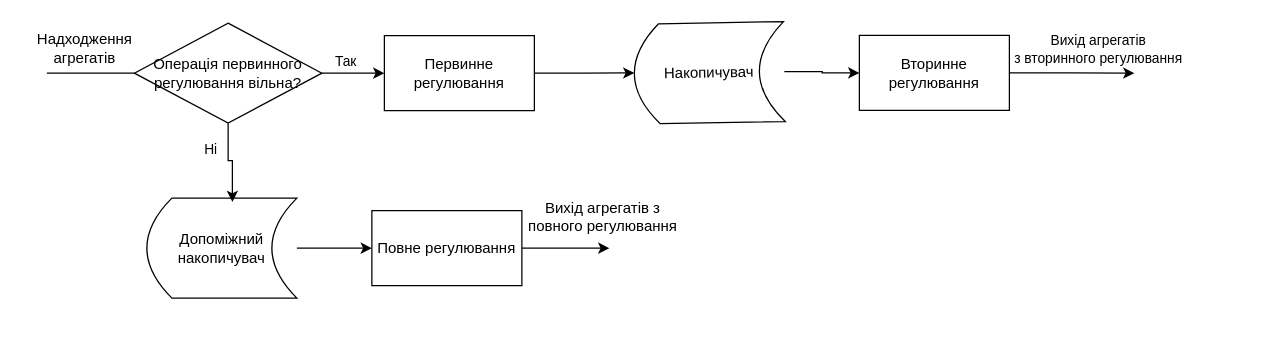
Earlier version of the draw.io diagram coursework/concept.drawio (whitetark/modelling-systems). Source tidied: cells renumbered, new cells numbered last; positions are measured from the earlier drawing's top-left corner, leaving out a move shared by most shapes. Both pictures are drawn from the tidied source at 125%, with x=0, y=0 at pixel (21, 22).
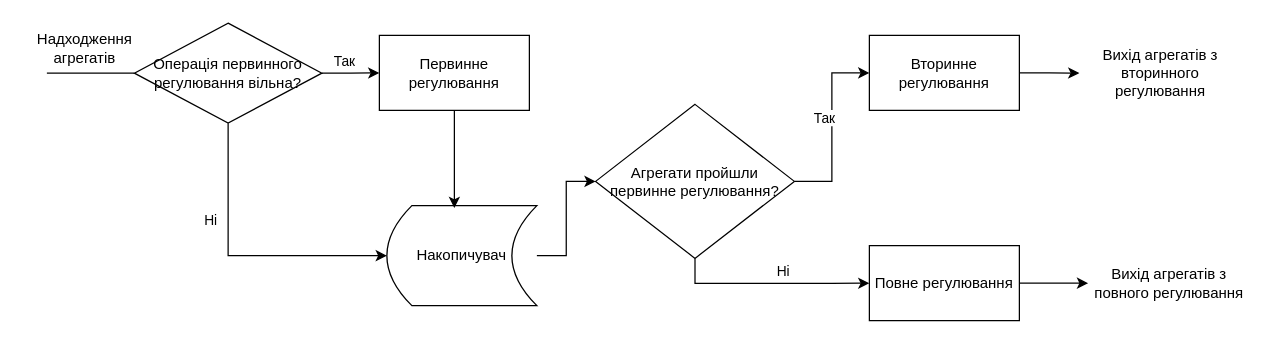
Above is the later version.

The change refers to these unchanged cells:
```xml
<mxCell id="5" value="Операція первинного регулювання вільна?" style="rhombus;whiteSpace=wrap;html=1;" parent="1" vertex="1">
  <mxGeometry x="90" width="150" height="80" as="geometry" />
</mxCell>
```

Diff of the diagram source:
```diff
@@
-    <mxCell id="6" style="edgeStyle=orthogonalEdgeStyle;rounded=0;jettySize=auto;html=1;exitX=1;exitY=0.5;exitDx=0;exitDy=0;" parent="1" edge="1" source="7" target="16">
-      <mxGeometry relative="1" as="geometry" />
-    </mxCell>
     <mxCell id="7" value="Первинне регулювання" style="rounded=0;whiteSpace=wrap;html=1;" parent="1" vertex="1">
-      <mxGeometry x="290" y="10" width="120" height="60" as="geometry" />
+      <mxGeometry x="286" y="9.8" width="120" height="60" as="geometry" />
     </mxCell>
-    <mxCell id="8" style="edgeStyle=orthogonalEdgeStyle;rounded=0;jettySize=auto;html=1;exitX=1;exitY=0.5;exitDx=0;exitDy=0;" parent="1" edge="1" source="10">
-      <mxGeometry relative="1" as="geometry">
-        <mxPoint x="890" y="40" as="targetPoint" />
-      </mxGeometry>
-    </mxCell>
-    <mxCell id="9" value="Вихід агрегатів &lt;br&gt;з вторинного регулювання" style="edgeLabel;html=1;align=center;verticalAlign=middle;points=[];" parent="8" vertex="1">
-      <mxGeometry x="0.44" y="1" relative="1" as="geometry">
-        <mxPoint x="-2" y="-19" as="offset" />
-      </mxGeometry>
-    </mxCell>
+    <mxCell id="21" style="edgeStyle=orthogonalEdgeStyle;rounded=0;jettySize=auto;html=1;exitX=1;exitY=0.5;exitDx=0;exitDy=0;" parent="1" edge="1" source="10" target="9">
+      <mxGeometry relative="1" as="geometry" />
+    </mxCell>
     <mxCell id="10" value="Вторинне регулювання" style="rounded=0;whiteSpace=wrap;html=1;" parent="1" vertex="1">
-      <mxGeometry x="670" y="9.8" width="120" height="60" as="geometry" />
+      <mxGeometry x="678" y="9.8" width="120" height="60" as="geometry" />
     </mxCell>
-    <mxCell id="11" style="edgeStyle=orthogonalEdgeStyle;rounded=0;jettySize=auto;html=1;exitX=1;exitY=0.5;exitDx=0;exitDy=0;entryX=0;entryY=0.5;entryDx=0;entryDy=0;" parent="1" edge="1" source="12" target="14">
-      <mxGeometry relative="1" as="geometry" />
-    </mxCell>
+    <mxCell id="22" style="edgeStyle=orthogonalEdgeStyle;rounded=0;jettySize=auto;html=1;exitX=1;exitY=0.5;exitDx=0;exitDy=0;entryX=0;entryY=0.5;entryDx=0;entryDy=0;" parent="1" edge="1" source="12" target="26">
+      <mxGeometry relative="1" as="geometry" />
+    </mxCell>
-    <mxCell id="12" value="Допоміжний накопичувач" style="shape=dataStorage;whiteSpace=wrap;html=1;fixedSize=1;rotation=0;" parent="1" vertex="1">
-      <mxGeometry x="100" y="140" width="120" height="80" as="geometry" />
+    <mxCell id="12" value="Накопичувач" style="shape=dataStorage;whiteSpace=wrap;html=1;fixedSize=1;rotation=0;" parent="1" vertex="1">
+      <mxGeometry x="292" y="146" width="120" height="80" as="geometry" />
     </mxCell>
-    <mxCell id="13" style="edgeStyle=orthogonalEdgeStyle;rounded=0;jettySize=auto;html=1;exitX=1;exitY=0.5;exitDx=0;exitDy=0;" parent="1" edge="1" source="14">
-      <mxGeometry relative="1" as="geometry">
-        <mxPoint x="470" y="180" as="targetPoint" />
-      </mxGeometry>
+    <mxCell id="13" style="edgeStyle=orthogonalEdgeStyle;rounded=0;jettySize=auto;html=1;exitX=1;exitY=0.5;exitDx=0;exitDy=0;entryX=0;entryY=0.5;entryDx=0;entryDy=0;" parent="1" edge="1" source="14" target="20">
+      <mxGeometry relative="1" as="geometry" />
     </mxCell>
     <mxCell id="14" value="Повне регулювання" style="rounded=0;whiteSpace=wrap;html=1;" parent="1" vertex="1">
-      <mxGeometry x="280" y="150" width="120" height="60" as="geometry" />
+      <mxGeometry x="678" y="178" width="120" height="60" as="geometry" />
     </mxCell>
-    <mxCell id="15" style="edgeStyle=orthogonalEdgeStyle;rounded=0;jettySize=auto;html=1;exitX=1;exitY=0.5;exitDx=0;exitDy=0;entryX=0;entryY=0.5;entryDx=0;entryDy=0;" parent="1" edge="1" source="16" target="10">
-      <mxGeometry relative="1" as="geometry" />
-    </mxCell>
-    <mxCell id="16" value="Накопичувач" style="shape=dataStorage;whiteSpace=wrap;html=1;fixedSize=1;rotation=-1;size=20;" parent="1" vertex="1">
-      <mxGeometry x="490" y="-0.2" width="120" height="80" as="geometry" />
-    </mxCell>
-    <mxCell id="17" style="edgeStyle=orthogonalEdgeStyle;rounded=0;jettySize=auto;html=1;exitX=0.5;exitY=1;exitDx=0;exitDy=0;entryX=0.57;entryY=0.038;entryDx=0;entryDy=0;entryPerimeter=0;" parent="1" edge="1" source="5" target="12">
+    <mxCell id="17" style="edgeStyle=orthogonalEdgeStyle;rounded=0;jettySize=auto;html=1;exitX=0.5;exitY=1;exitDx=0;exitDy=0;entryX=0;entryY=0.5;entryDx=0;entryDy=0;" parent="1" edge="1" source="5" target="12">
       <mxGeometry relative="1" as="geometry" />
     </mxCell>
@@
     <mxCell id="20" value="Вихід агрегатів з повного регулювання" style="text;html=1;strokeColor=none;fillColor=none;align=center;verticalAlign=middle;whiteSpace=wrap;rounded=0;" parent="1" vertex="1">
-      <mxGeometry x="400" y="140" width="130" height="30" as="geometry" />
+      <mxGeometry x="853" y="193" width="130" height="30" as="geometry" />
     </mxCell>
+    <mxCell id="23" style="edgeStyle=orthogonalEdgeStyle;rounded=0;jettySize=auto;html=1;exitX=0.5;exitY=1;exitDx=0;exitDy=0;entryX=0.45;entryY=0.025;entryDx=0;entryDy=0;entryPerimeter=0;" parent="1" edge="1" source="7" target="12">
+      <mxGeometry relative="1" as="geometry" />
+    </mxCell>
+    <mxCell id="24" style="edgeStyle=orthogonalEdgeStyle;rounded=0;jettySize=auto;html=1;exitX=1;exitY=0.5;exitDx=0;exitDy=0;entryX=0;entryY=0.5;entryDx=0;entryDy=0;" parent="1" edge="1" source="26" target="10">
+      <mxGeometry relative="1" as="geometry" />
+    </mxCell>
+    <mxCell id="25" style="edgeStyle=orthogonalEdgeStyle;rounded=0;jettySize=auto;html=1;exitX=0.5;exitY=1;exitDx=0;exitDy=0;entryX=0;entryY=0.5;entryDx=0;entryDy=0;" parent="1" edge="1" source="26" target="14">
+      <mxGeometry relative="1" as="geometry" />
+    </mxCell>
+    <mxCell id="26" value="Агрегати пройшли первинне регулювання?" style="rhombus;whiteSpace=wrap;html=1;" parent="1" vertex="1">
+      <mxGeometry x="459" y="65" width="159" height="123.2" as="geometry" />
+    </mxCell>
+    <mxCell id="9" value="Вихід агрегатів з вторинного регулювання" style="text;html=1;strokeColor=none;fillColor=none;align=center;verticalAlign=middle;whiteSpace=wrap;rounded=0;" parent="1" vertex="1">
+      <mxGeometry x="846" y="25" width="130" height="30" as="geometry" />
+    </mxCell>
+    <mxCell id="27" value="Так" style="edgeLabel;html=1;align=center;verticalAlign=middle;" parent="1" vertex="1">
+      <mxGeometry x="560" y="34" as="geometry">
+        <mxPoint x="81" y="41" as="offset" />
+      </mxGeometry>
+    </mxCell>
+    <mxCell id="28" value="Ні" style="edgeLabel;html=1;align=center;verticalAlign=middle;" parent="1" vertex="1">
+      <mxGeometry x="162" y="169" as="geometry">
+        <mxPoint x="446" y="29" as="offset" />
+      </mxGeometry>
+    </mxCell>
```
